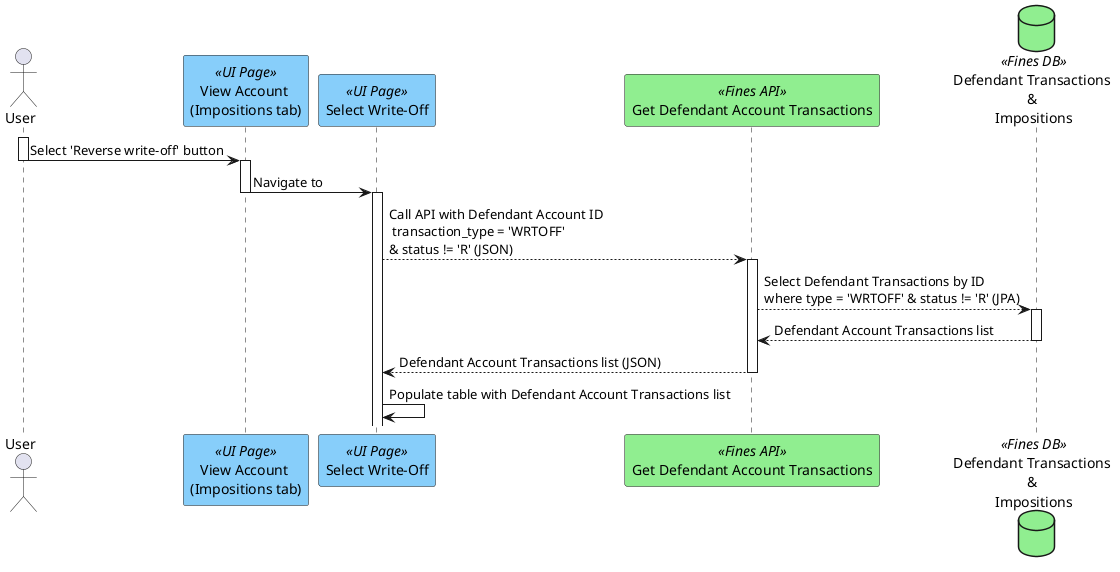
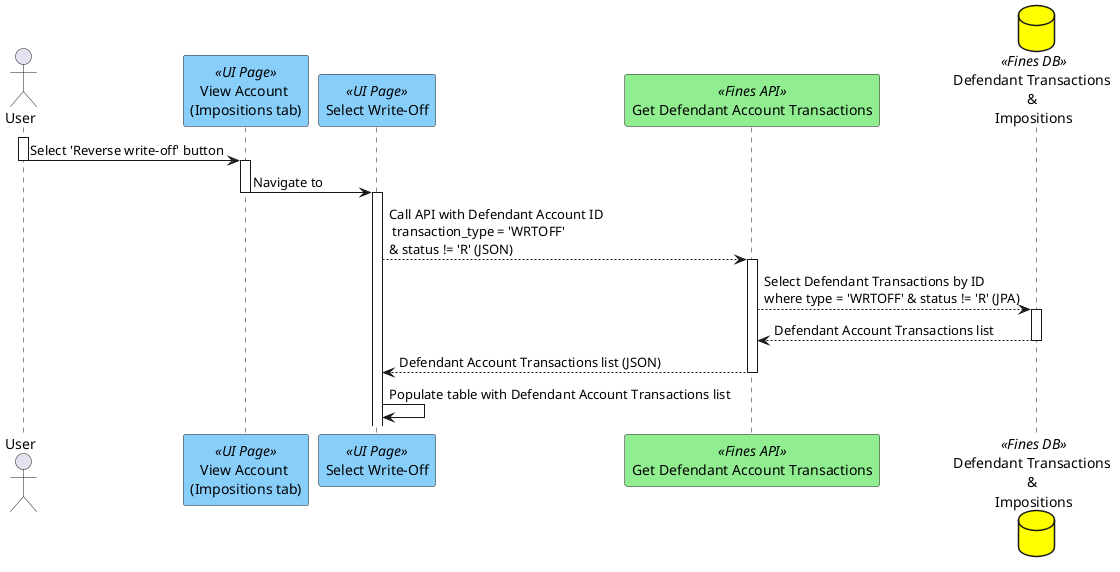
@startuml
actor "User" as user
participant "View Account \n(Impositions tab)" as viewpage <<UI Page>> #lightskyblue
participant "Select Write-Off" as selectWO <<UI Page>> #lightskyblue
participant "Get Defendant Account Transactions" as getWO <<Fines API>> #lightgreen
- database "Defendant Transactions \n& \nImpositions" as db <<Fines DB>>  #lightgreen
+ database "Defendant Transactions \n& \nImpositions" as db <<Fines DB>>  #yellow
user ++
user -> viewpage --++: Select 'Reverse write-off' button
viewpage -> selectWO --++: Navigate to
selectWO --> getWO ++: Call API with Defendant Account ID \n transaction_type = 'WRTOFF' \n& status != 'R' (JSON)
getWO --> db ++ : Select Defendant Transactions by ID \nwhere type = 'WRTOFF' & status != 'R' (JPA)
getWO <-- db --: Defendant Account Transactions list
selectWO <-- getWO -- : Defendant Account Transactions list (JSON)
selectWO -> selectWO : Populate table with Defendant Account Transactions list
@enduml